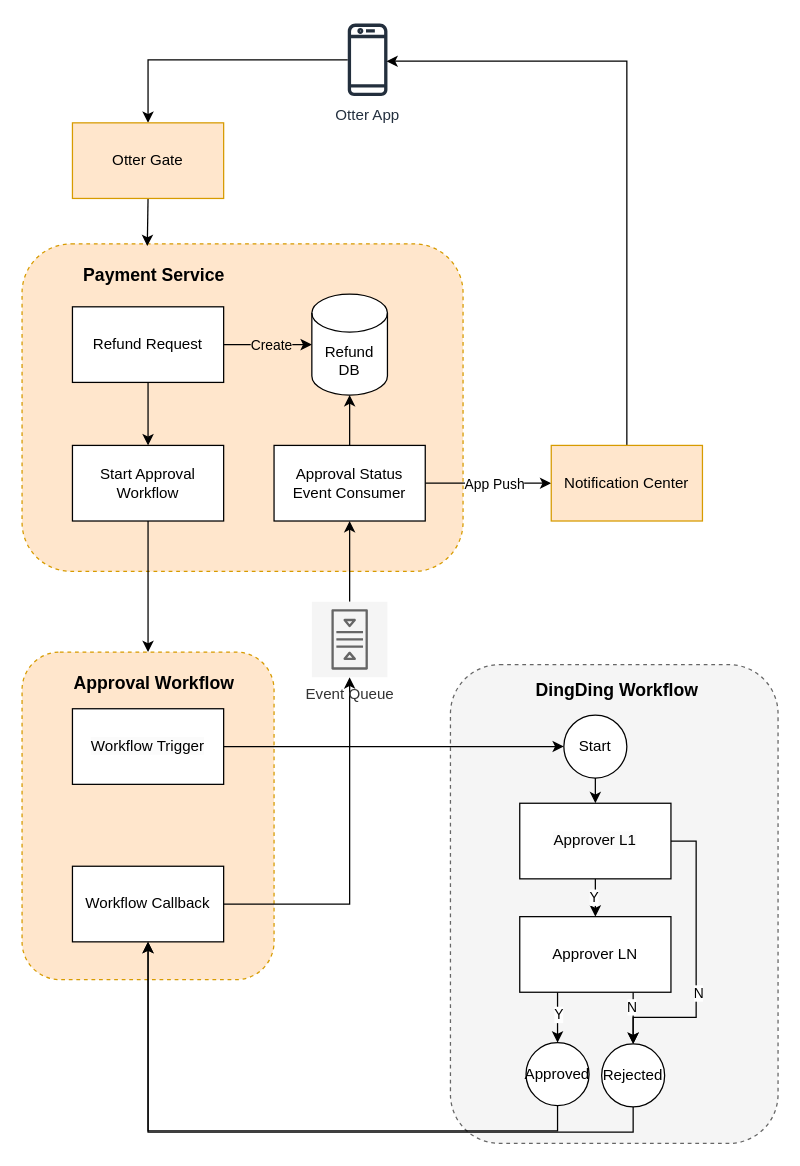
The draw.io diagram Refund Process.drawio in evagle/awesome, before the edit. Source tidied: cells renumbered, new cells numbered last; positions are measured from the earlier drawing's top-left corner, leaving out a move shared by most shapes. Both pictures are drawn from the tidied source at 126%, with x=0, y=0 at pixel (21, 21).
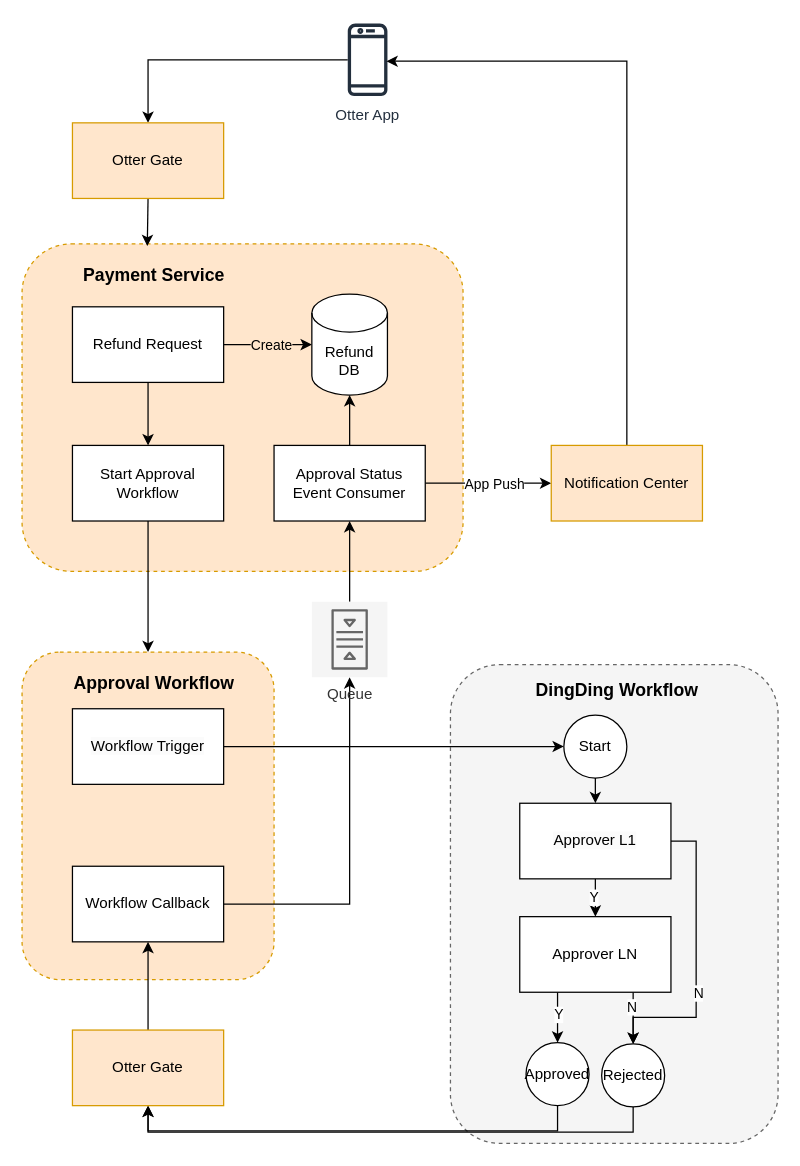
Above is the later version.

The change refers to these unchanged cells:
```xml
<mxCell id="16" value="Workflow Callback" style="rounded=0;whiteSpace=wrap;html=1;" parent="1" vertex="1">
  <mxGeometry x="40" y="670" width="120" height="60" as="geometry" />
</mxCell>
<mxCell id="31" value="Approved" style="ellipse;whiteSpace=wrap;html=1;" parent="1" vertex="1">
  <mxGeometry x="400" y="810" width="50" height="50" as="geometry" />
</mxCell>
<mxCell id="33" value="Rejected" style="ellipse;whiteSpace=wrap;html=1;" parent="1" vertex="1">
  <mxGeometry x="460" y="811" width="50" height="50" as="geometry" />
</mxCell>
```

The edit, as a diff of the source:
```diff
@@
-    <mxCell id="30" style="edgeStyle=orthogonalEdgeStyle;rounded=0;jettySize=auto;html=1;exitX=0.5;exitY=1;exitDx=0;exitDy=0;entryX=0.5;entryY=1;entryDx=0;entryDy=0;" parent="1" edge="1" source="31" target="16">
+    <mxCell id="30" style="edgeStyle=orthogonalEdgeStyle;rounded=0;jettySize=auto;html=1;exitX=0.5;exitY=1;exitDx=0;exitDy=0;" parent="1" edge="1" source="31">
       <mxGeometry relative="1" as="geometry">
+        <mxPoint x="100" y="860" as="targetPoint" />
         <Array as="points">
           <mxPoint x="425" y="880" />
           <mxPoint x="100" y="880" />
         </Array>
       </mxGeometry>
     </mxCell>
@@
-    <mxCell id="32" style="edgeStyle=orthogonalEdgeStyle;rounded=0;jettySize=auto;html=1;exitX=0.5;exitY=1;exitDx=0;exitDy=0;entryX=0.5;entryY=1;entryDx=0;entryDy=0;" parent="1" edge="1" source="33" target="16">
+    <mxCell id="32" style="edgeStyle=orthogonalEdgeStyle;rounded=0;jettySize=auto;html=1;exitX=0.5;exitY=1;exitDx=0;exitDy=0;entryX=0.5;entryY=1;entryDx=0;entryDy=0;" parent="1" edge="1" source="33" target="48">
       <mxGeometry relative="1" as="geometry">
         <Array as="points">
           <mxPoint x="485" y="881" />
           <mxPoint x="100" y="881" />
         </Array>
       </mxGeometry>
     </mxCell>
@@
-    <mxCell id="42" value="Event Queue" style="sketch=0;outlineConnect=0;fontColor=#333333;strokeColor=#666666;fillColor=#f5f5f5;dashed=0;verticalLabelPosition=bottom;verticalAlign=top;align=center;html=1;fontSize=12;fontStyle=0;shape=mxgraph.aws4.resourceIcon;resIcon=mxgraph.aws4.queue;direction=south;" parent="1" vertex="1">
+    <mxCell id="42" value="Queue&lt;br&gt;" style="sketch=0;outlineConnect=0;fontColor=#333333;strokeColor=#666666;fillColor=#f5f5f5;dashed=0;verticalLabelPosition=bottom;verticalAlign=top;align=center;html=1;fontSize=12;fontStyle=0;shape=mxgraph.aws4.resourceIcon;resIcon=mxgraph.aws4.queue;direction=south;" parent="1" vertex="1">
       <mxGeometry x="230" y="460" width="60" height="60" as="geometry" />
     </mxCell>
@@
+    <mxCell id="47" style="edgeStyle=orthogonalEdgeStyle;rounded=0;jettySize=auto;html=1;exitX=0.5;exitY=0;exitDx=0;exitDy=0;entryX=0.5;entryY=1;entryDx=0;entryDy=0;" parent="1" edge="1" source="48" target="16">
+      <mxGeometry relative="1" as="geometry" />
+    </mxCell>
+    <mxCell id="48" value="Otter Gate" style="rounded=0;whiteSpace=wrap;html=1;fillColor=#ffe6cc;strokeColor=#d79b00;" parent="1" vertex="1">
+      <mxGeometry x="40" y="800" width="120" height="60" as="geometry" />
+    </mxCell>
```
